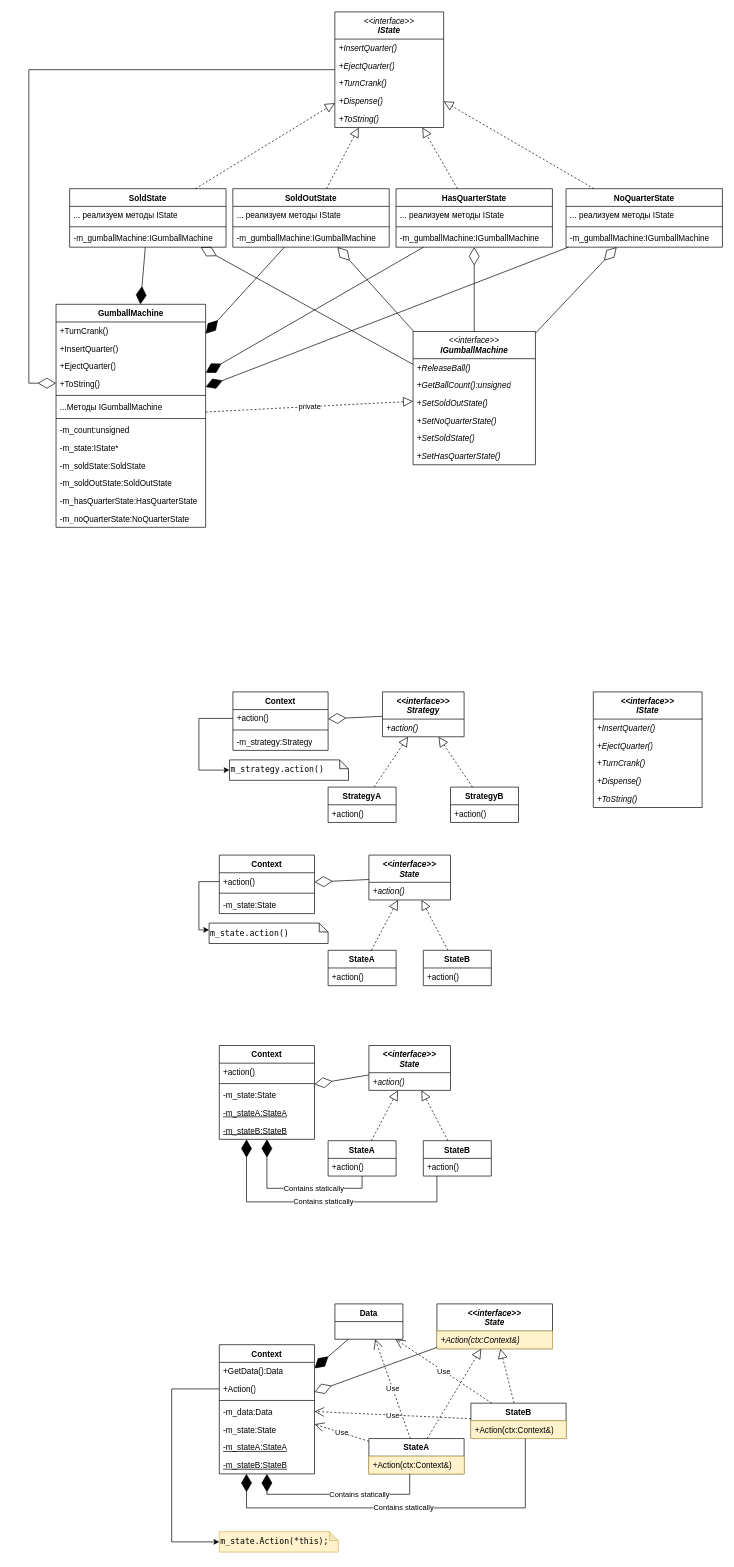
Earlier version of the draw.io diagram lab8/state.drawio (KRASILNIKOV30/ood). Source tidied: cells renumbered, new cells numbered last; positions are measured from the earlier drawing's top-left corner, leaving out a move shared by most shapes. Both pictures are drawn from the tidied source at 68%, with x=0, y=0 at pixel (29, 12).
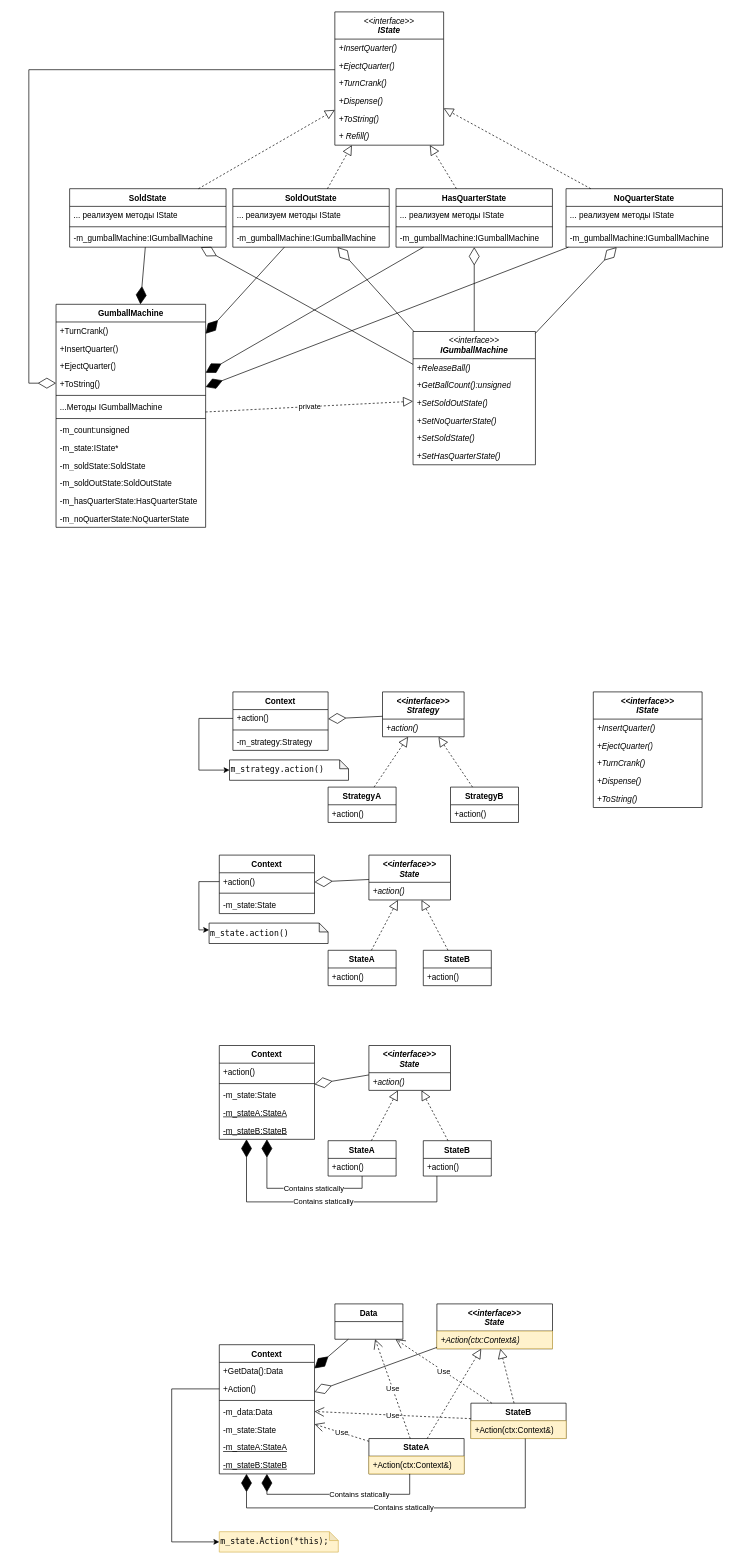
The same diagram, later.

Change to the diagram source:
```diff
@@
     <mxCell id="82" value="&lt;i style=&quot;font-weight: normal;&quot;&gt;&amp;lt;&amp;lt;interface&amp;gt;&amp;gt;&lt;/i&gt;&lt;br&gt;&lt;i&gt;IState&lt;/i&gt;" style="swimlane;fontStyle=1;align=center;verticalAlign=top;horizontal=1;startSize=40;whiteSpace=wrap;html=1;" parent="1" vertex="1">
-      <mxGeometry x="449.9" width="160" height="170" as="geometry" />
+      <mxGeometry x="449.9" width="160" height="196" as="geometry" />
     </mxCell>
@@
+    <mxCell id="139" value="+ Refill()" style="text;strokeColor=none;fillColor=none;align=left;verticalAlign=top;spacingLeft=4;spacingRight=4;overflow=hidden;whiteSpace=wrap;html=1;fontStyle=2;" parent="82" vertex="1">
+      <mxGeometry y="170" width="160" height="26" as="geometry" />
+    </mxCell>
```
